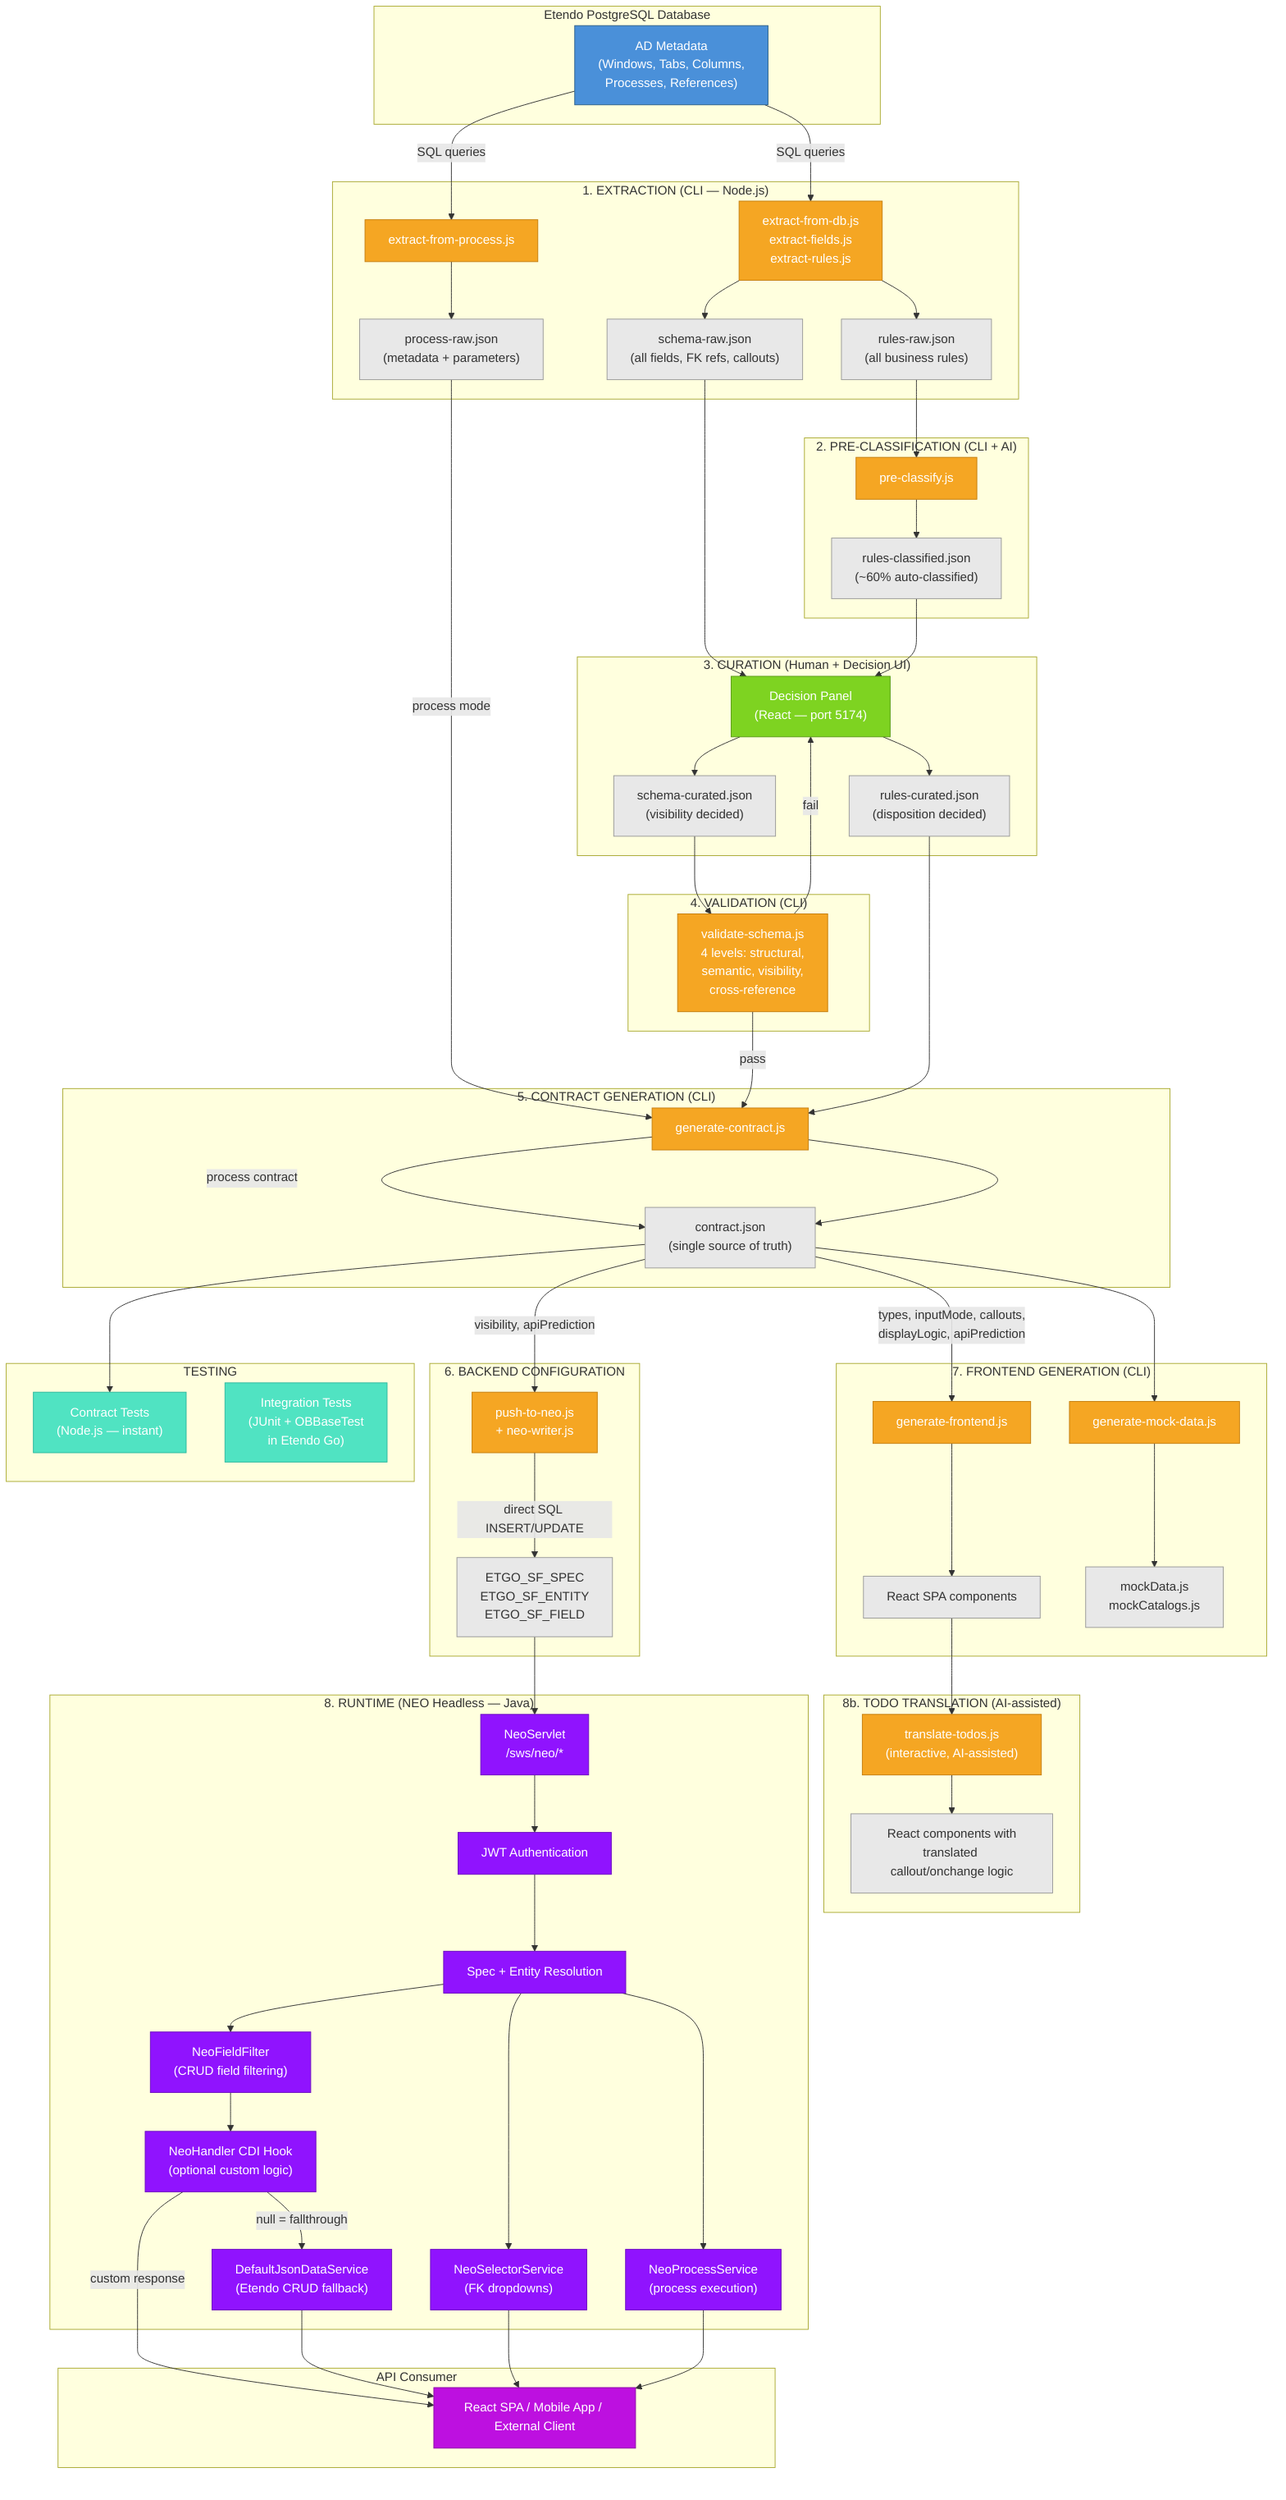
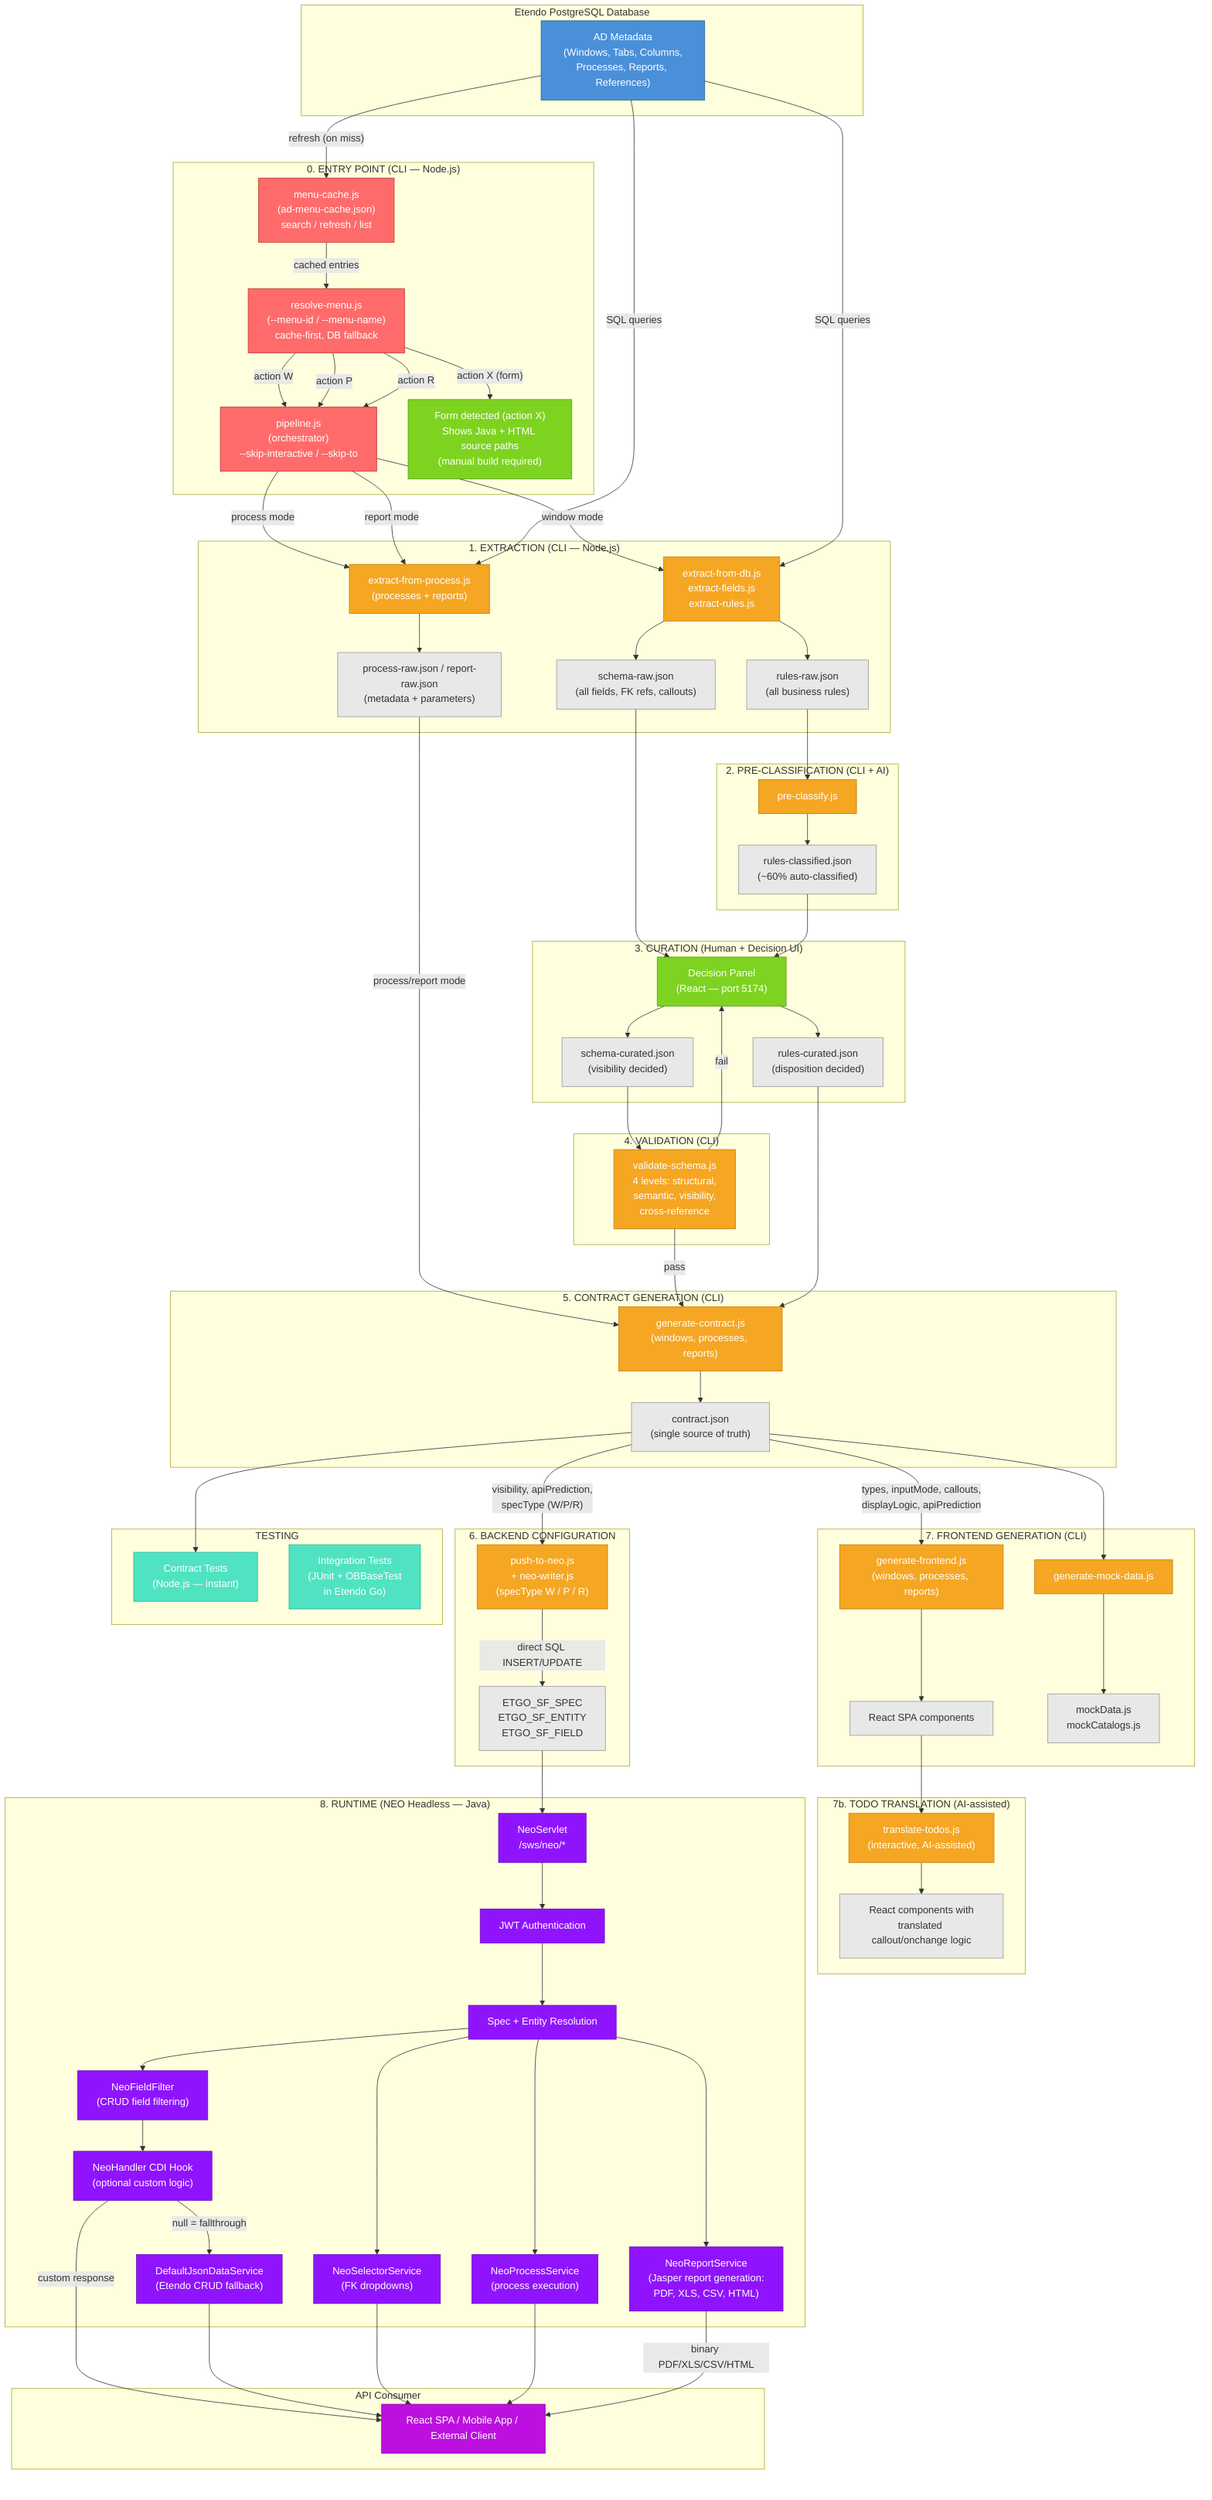
flowchart TD
    subgraph EtendoDB["Etendo PostgreSQL Database"]
-         AD["AD Metadata<br/>(Windows, Tabs, Columns,<br/>Processes, References)"]
+         AD["AD Metadata<br/>(Windows, Tabs, Columns,<br/>Processes, Reports, References)"]
+     end
+ 
+     subgraph EntryPoint["0. ENTRY POINT (CLI — Node.js)"]
+         CACHE["menu-cache.js<br/>(ad-menu-cache.json)<br/>search / refresh / list"]
+         MENU["resolve-menu.js<br/>(--menu-id / --menu-name)<br/>cache-first, DB fallback"]
+         PIPE["pipeline.js<br/>(orchestrator)<br/>--skip-interactive / --skip-to"]
+         FORM_INFO["Form detected (action X)<br/>Shows Java + HTML source paths<br/>(manual build required)"]
    end

    subgraph Extraction["1. EXTRACTION (CLI — Node.js)"]
        EXT["extract-from-db.js<br/>extract-fields.js<br/>extract-rules.js"]
-         PEXT["extract-from-process.js"]
+         PEXT["extract-from-process.js<br/>(processes + reports)"]
        RAW_S["schema-raw.json<br/>(all fields, FK refs, callouts)"]
        RAW_R["rules-raw.json<br/>(all business rules)"]
-         RAW_P["process-raw.json<br/>(metadata + parameters)"]
+         RAW_P["process-raw.json / report-raw.json<br/>(metadata + parameters)"]
    end

    subgraph PreClassify["2. PRE-CLASSIFICATION (CLI + AI)"]
        PC["pre-classify.js"]
        CLASS_R["rules-classified.json<br/>(~60% auto-classified)"]
    end

    subgraph Curation["3. CURATION (Human + Decision UI)"]
        DP["Decision Panel<br/>(React — port 5174)"]
        CUR_S["schema-curated.json<br/>(visibility decided)"]
        CUR_R["rules-curated.json<br/>(disposition decided)"]
    end

    subgraph Validation["4. VALIDATION (CLI)"]
        VAL["validate-schema.js<br/>4 levels: structural,<br/>semantic, visibility,<br/>cross-reference"]
    end

    subgraph ContractGen["5. CONTRACT GENERATION (CLI)"]
-         GC["generate-contract.js"]
+         GC["generate-contract.js<br/>(windows, processes, reports)"]
        CONTRACT["contract.json<br/>(single source of truth)"]
    end

    subgraph BackendConfig["6. BACKEND CONFIGURATION"]
-         PTN["push-to-neo.js<br/>+ neo-writer.js"]
+         PTN["push-to-neo.js<br/>+ neo-writer.js<br/>(specType W / P / R)"]
        TABLES["ETGO_SF_SPEC<br/>ETGO_SF_ENTITY<br/>ETGO_SF_FIELD"]
    end

    subgraph FrontendGen["7. FRONTEND GENERATION (CLI)"]
-         GF["generate-frontend.js"]
+         GF["generate-frontend.js<br/>(windows, processes, reports)"]
        GM["generate-mock-data.js"]
        REACT["React SPA components"]
        MOCK["mockData.js<br/>mockCatalogs.js"]
    end

-     subgraph TodoTranslation["8b. TODO TRANSLATION (AI-assisted)"]
+     subgraph TodoTranslation["7b. TODO TRANSLATION (AI-assisted)"]
        TT["translate-todos.js<br/>(interactive, AI-assisted)"]
        TT_OUT["React components with<br/>translated callout/onchange logic"]
    end

    subgraph Runtime["8. RUNTIME (NEO Headless — Java)"]
        NEO["NeoServlet<br/>/sws/neo/*"]
        AUTH["JWT Authentication"]
        RESOLVE["Spec + Entity Resolution"]
        FILTER["NeoFieldFilter<br/>(CRUD field filtering)"]
        HANDLER["NeoHandler CDI Hook<br/>(optional custom logic)"]
        DS["DefaultJsonDataService<br/>(Etendo CRUD fallback)"]
        SEL["NeoSelectorService<br/>(FK dropdowns)"]
        PROC["NeoProcessService<br/>(process execution)"]
+         RPT["NeoReportService<br/>(Jasper report generation:<br/>PDF, XLS, CSV, HTML)"]
    end

    subgraph Testing["TESTING"]
        CT["Contract Tests<br/>(Node.js — instant)"]
        IT["Integration Tests<br/>(JUnit + OBBaseTest<br/>in Etendo Go)"]
    end

    subgraph Client["API Consumer"]
        APP["React SPA / Mobile App / External Client"]
    end

-     %% Extraction (Windows)
+     %% Entry point: cache → menu resolution → pipeline orchestrator
+     AD -->|"refresh (on miss)"| CACHE
+     CACHE -->|cached entries| MENU
+     MENU -->|"action W"| PIPE
+     MENU -->|"action P"| PIPE
+     MENU -->|"action R"| PIPE
+     MENU -->|"action X (form)"| FORM_INFO
+ 
+     %% Pipeline dispatches to correct extraction
+     PIPE -->|window mode| EXT
+     PIPE -->|process mode| PEXT
+     PIPE -->|report mode| PEXT
+ 
+     %% Window extraction
    AD -->|SQL queries| EXT
    EXT --> RAW_S
    EXT --> RAW_R

-     %% Extraction (Processes)
+     %% Process/report extraction
    AD -->|SQL queries| PEXT
    PEXT --> RAW_P

-     %% Process pipeline (simplified: extract → contract → push → frontend)
-     RAW_P -->|process mode| GC
-     GC -->|process contract| CONTRACT
+     %% Process/report pipeline (simplified: extract → contract → push → frontend)
+     RAW_P -->|process/report mode| GC

-     %% Pre-classification
+     %% Pre-classification (windows only)
    RAW_R --> PC
    PC --> CLASS_R

-     %% Curation
+     %% Curation (windows only)
    RAW_S --> DP
    CLASS_R --> DP
    DP --> CUR_S
    DP --> CUR_R

-     %% Validation
+     %% Validation (windows only)
    CUR_S --> VAL
    VAL -->|fail| DP
    VAL -->|pass| GC

    %% Contract generation (single source of truth)
    CUR_R --> GC
    GC --> CONTRACT

    %% Backend: contract → push-to-neo → direct DB → NEO Headless
-     CONTRACT -->|"visibility, apiPrediction"| PTN
+     CONTRACT -->|"visibility, apiPrediction,<br/>specType (W/P/R)"| PTN
    PTN -->|direct SQL INSERT/UPDATE| TABLES

    %% Frontend: contract → React SPA + mock data
    CONTRACT -->|"types, inputMode, callouts,<br/>displayLogic, apiPrediction"| GF
    CONTRACT --> GM
    GF --> REACT
    GM --> MOCK
+ 
+     %% TODO Translation (windows only, after frontend generation)
+     REACT --> TT
+     TT --> TT_OUT

    %% Runtime
    TABLES --> NEO
    NEO --> AUTH
    AUTH --> RESOLVE
    RESOLVE --> FILTER
    FILTER --> HANDLER
    HANDLER -->|custom response| APP
    HANDLER -->|null = fallthrough| DS
    DS --> APP
    RESOLVE --> SEL
    RESOLVE --> PROC
+     RESOLVE --> RPT
    SEL --> APP
    PROC --> APP
- 
-     %% TODO Translation (between frontend generation and testing)
-     REACT --> TT
-     TT --> TT_OUT
+     RPT -->|binary PDF/XLS/CSV/HTML| APP

    %% Testing
    CONTRACT --> CT

    %% Styling
    classDef db fill:#4a90d9,stroke:#2c5f8a,color:white
    classDef cli fill:#f5a623,stroke:#c47d0e,color:white
    classDef human fill:#7ed321,stroke:#5a9a18,color:white
    classDef webhook fill:#d0021b,stroke:#a00216,color:white
    classDef runtime fill:#9013fe,stroke:#6b0ebf,color:white
    classDef artifact fill:#e8e8e8,stroke:#999,color:#333
    classDef test fill:#50e3c2,stroke:#2db89e,color:white
    classDef client fill:#bd10e0,stroke:#8a0ca5,color:white
+     classDef entry fill:#ff6b6b,stroke:#c0392b,color:white

    class AD db
    class EXT,PEXT,PC,VAL cli
    class DP human
-     class WH webhook
-     class NEO,AUTH,RESOLVE,FILTER,HANDLER,DS,SEL,PROC runtime
+     class NEO,AUTH,RESOLVE,FILTER,HANDLER,DS,SEL,PROC,RPT runtime
    class RAW_S,RAW_R,RAW_P,CLASS_R,CUR_S,CUR_R,TABLES,CONTRACT,REACT,MOCK artifact
    class CT,IT test
    class APP client
    class GC,PTN,GF,GM,TT cli
    class TT_OUT artifact
+     class CACHE,MENU,PIPE entry
+     class FORM_INFO human
